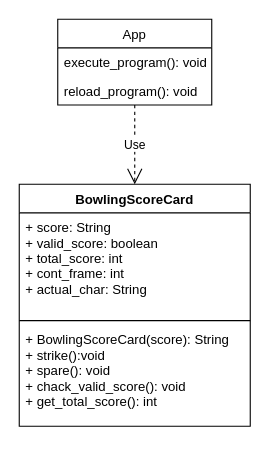
This is DDD/UML/UML_Diagram_bowling_kata.drawio from MateoGarciaG/Bowling_Game_Kata, a draw.io file, before an edit. Source tidied: cells renumbered, new cells numbered last; positions are measured from the earlier drawing's top-left corner, leaving out a move shared by most shapes. Both pictures are drawn from the tidied source at 110%, with x=0, y=0 at pixel (19, 19).
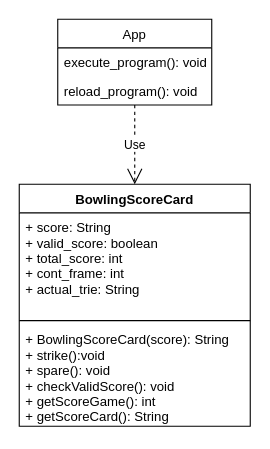
Above is the later version.

What changed in the source:
```diff
@@
 <mxGraphModel>
   <root>
     <mxCell id="0" />
     <mxCell id="1" parent="0" />
     <mxCell id="2" value="BowlingScoreCard" style="swimlane;fontStyle=1;align=center;verticalAlign=top;horizontal=1;startSize=26;" parent="1" vertex="1">
       <mxGeometry y="150" width="210" height="220" as="geometry" />
     </mxCell>
-    <mxCell id="3" value="+ score: String&#10;+ valid_score: boolean&#10;+ total_score: int&#10;+ cont_frame: int&#10;+ actual_char: String" style="text;strokeColor=none;fillColor=none;align=left;verticalAlign=top;spacingLeft=4;spacingRight=4;overflow=hidden;" parent="2" vertex="1">
+    <mxCell id="3" value="+ score: String&#10;+ valid_score: boolean&#10;+ total_score: int&#10;+ cont_frame: int&#10;+ actual_trie: String" style="text;strokeColor=none;fillColor=none;align=left;verticalAlign=top;spacingLeft=4;spacingRight=4;overflow=hidden;" parent="2" vertex="1">
       <mxGeometry y="26" width="210" height="94" as="geometry" />
     </mxCell>
     <mxCell id="4" style="line;strokeWidth=1;fillColor=none;align=left;verticalAlign=middle;spacingTop=-1;spacingLeft=3;spacingRight=3;labelPosition=right;" parent="2" vertex="1">
       <mxGeometry y="120" width="210" height="8" as="geometry" />
     </mxCell>
-    <mxCell id="5" value="+ BowlingScoreCard(score): String&#10;+ strike():void&#10;+ spare(): void&#10;+ chack_valid_score(): void&#10;+ get_total_score(): int" style="text;strokeColor=none;fillColor=none;align=left;verticalAlign=top;spacingLeft=4;spacingRight=4;overflow=hidden;" parent="2" vertex="1">
+    <mxCell id="5" value="+ BowlingScoreCard(score): String&#10;+ strike():void&#10;+ spare(): void&#10;+ checkValidScore(): void&#10;+ getScoreGame(): int&#10;+ getScoreCard(): String" style="text;strokeColor=none;fillColor=none;align=left;verticalAlign=top;spacingLeft=4;spacingRight=4;overflow=hidden;" parent="2" vertex="1">
       <mxGeometry y="128" width="210" height="92" as="geometry" />
     </mxCell>
     <mxCell id="6" value="App" style="swimlane;fontStyle=0;horizontal=1;startSize=26;fillColor=none;" parent="1" vertex="1">
       <mxGeometry x="35" width="140" height="78" as="geometry" />
     </mxCell>
     <mxCell id="7" value="execute_program(): void" style="text;strokeColor=none;fillColor=none;align=left;verticalAlign=top;spacingLeft=4;spacingRight=4;overflow=hidden;" parent="6" vertex="1">
       <mxGeometry y="26" width="140" height="26" as="geometry" />
     </mxCell>
     <mxCell id="8" value="reload_program(): void" style="text;strokeColor=none;fillColor=none;align=left;verticalAlign=top;spacingLeft=4;spacingRight=4;overflow=hidden;points=[[0,0.5],[1,0.5]];portConstraint=eastwest;" parent="6" vertex="1">
       <mxGeometry y="52" width="140" height="26" as="geometry" />
     </mxCell>
     <mxCell id="9" value="Use" style="endArrow=open;endSize=12;dashed=1;html=1;entryX=0.5;entryY=0;entryDx=0;entryDy=0;exitX=0.5;exitY=1;exitDx=0;exitDy=0;exitPerimeter=0;" parent="1" edge="1" source="8" target="2">
       <mxGeometry relative="1" as="geometry" />
     </mxCell>
   </root>
 </mxGraphModel>
```
